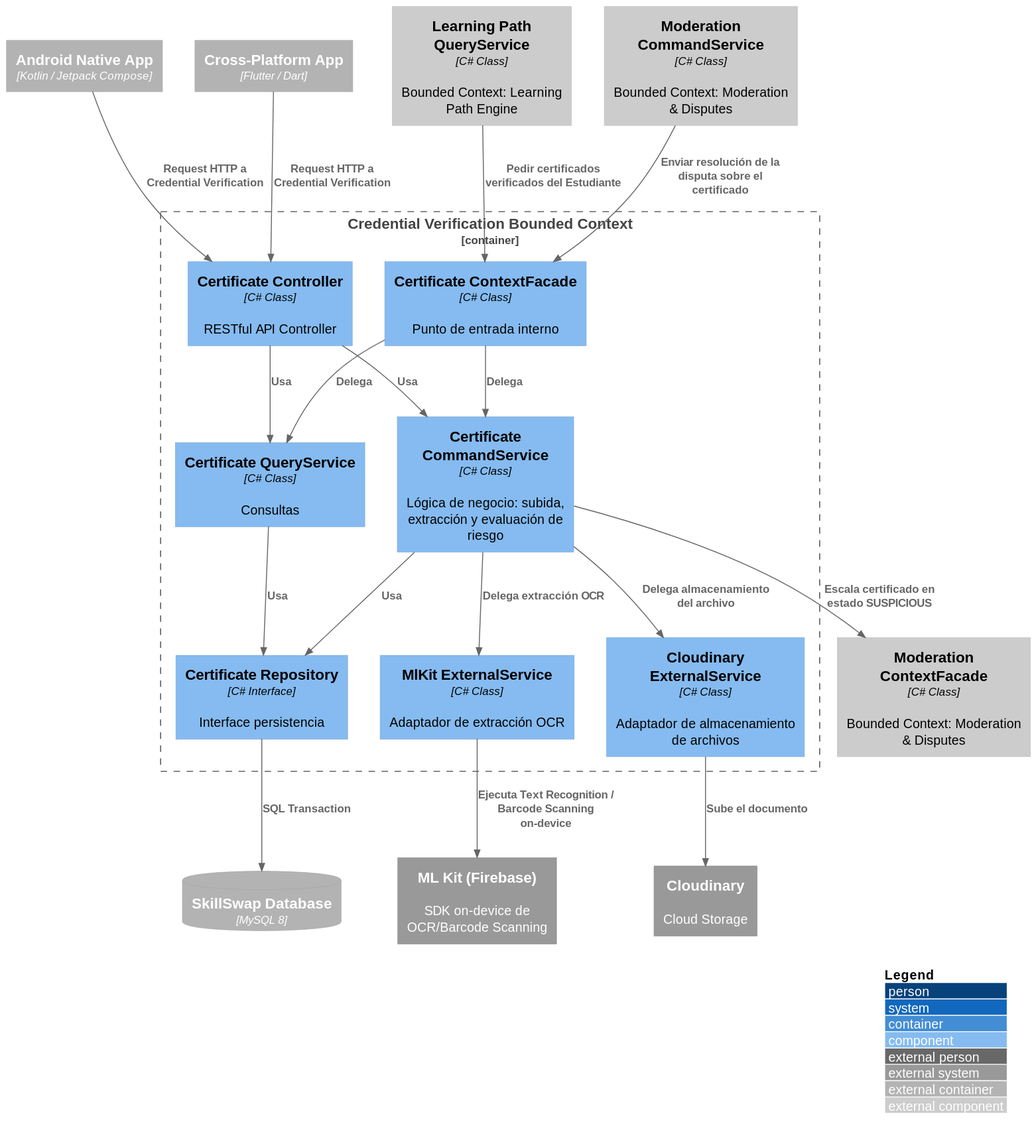
Before: images-doc/CredentialVerificationComponent.svg, a diagram exported from PlantUML (Aplicaciones-Dispositivos-Moviles/SkillSwap-ProjectReport).
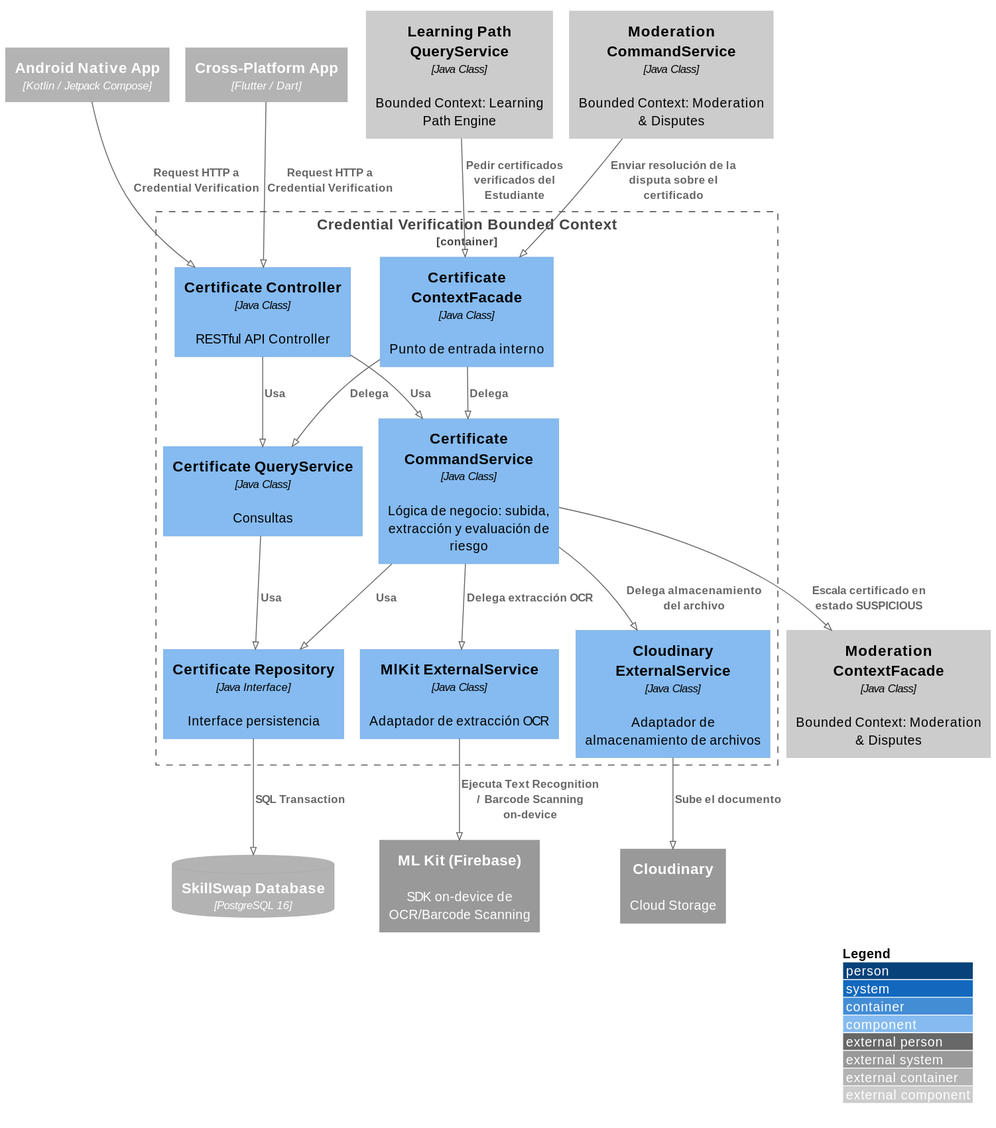
Later version of the same file.

Diff of the diagram source:
```diff
@@ -1,27 +1,28 @@
 @startuml
+!pragma layout smetana
 !include https://raw.githubusercontent.com/plantuml-stdlib/C4-PlantUML/master/C4_Component.puml
 
 LAYOUT_WITH_LEGEND()
 
 Container_Ext(androidApp, "Android Native App", "Kotlin / Jetpack Compose")
 Container_Ext(flutterApp, "Cross-Platform App", "Flutter / Dart")
-ContainerDb_Ext(mainDB, "SkillSwap Database", "MySQL 8")
+ContainerDb_Ext(mainDB, "SkillSwap Database", "PostgreSQL 16")
 System_Ext(mlKitService, "ML Kit (Firebase)", "SDK on-device de OCR/Barcode Scanning")
 System_Ext(cloudStorage, "Cloudinary", "Cloud Storage")
 
 Container_Boundary(credentialBC, "Credential Verification Bounded Context") {
-    Component(certificateController, "Certificate Controller", "C# Class", "RESTful API Controller")
-    Component(certificateCommandService, "Certificate CommandService", "C# Class", "Lógica de negocio: subida, extracción y evaluación de riesgo")
-    Component(certificateQueryService, "Certificate QueryService", "C# Class", "Consultas")
-    Component(certificateRepository, "Certificate Repository", "C# Interface", "Interface persistencia")
-    Component(mlKitExtractorExternal, "MlKit ExternalService", "C# Class", "Adaptador de extracción OCR")
-    Component(cloudinaryStorageExternal, "Cloudinary ExternalService", "C# Class", "Adaptador de almacenamiento de archivos")
-    Component(certificateContextFacade, "Certificate ContextFacade", "C# Class", "Punto de entrada interno")
+    Component(certificateController, "Certificate Controller", "Java Class", "RESTful API Controller")
+    Component(certificateCommandService, "Certificate CommandService", "Java Class", "Lógica de negocio: subida, extracción y evaluación de riesgo")
+    Component(certificateQueryService, "Certificate QueryService", "Java Class", "Consultas")
+    Component(certificateRepository, "Certificate Repository", "Java Interface", "Interface persistencia")
+    Component(mlKitExtractorExternal, "MlKit ExternalService", "Java Class", "Adaptador de extracción OCR")
+    Component(cloudinaryStorageExternal, "Cloudinary ExternalService", "Java Class", "Adaptador de almacenamiento de archivos")
+    Component(certificateContextFacade, "Certificate ContextFacade", "Java Class", "Punto de entrada interno")
 }
 
-Component_Ext(moderationContextFacade, "Moderation ContextFacade", "C# Class", "Bounded Context: Moderation & Disputes")
-Component_Ext(pathEngineQueryService, "Learning Path QueryService", "C# Class", "Bounded Context: Learning Path Engine")
-Component_Ext(moderationCommandService, "Moderation CommandService", "C# Class", "Bounded Context: Moderation & Disputes")
+Component_Ext(moderationContextFacade, "Moderation ContextFacade", "Java Class", "Bounded Context: Moderation & Disputes")
+Component_Ext(pathEngineQueryService, "Learning Path QueryService", "Java Class", "Bounded Context: Learning Path Engine")
+Component_Ext(moderationCommandService, "Moderation CommandService", "Java Class", "Bounded Context: Moderation & Disputes")
 
 Rel(androidApp, certificateController, "Request HTTP a Credential Verification")
 Rel(flutterApp, certificateController, "Request HTTP a Credential Verification")
```
